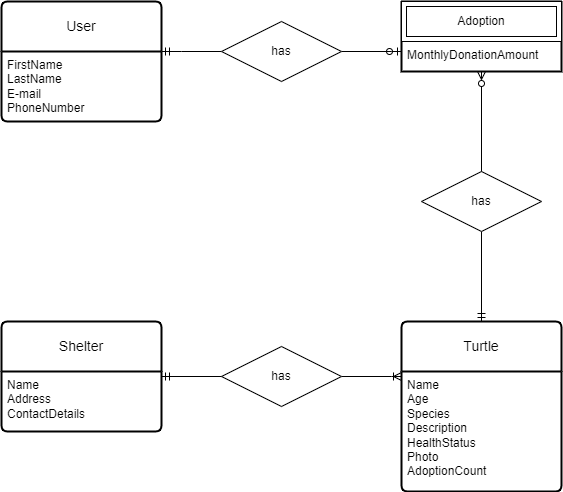
Above: apps/my-app/src/assets/erd.png in StanTeurlings/avans-nx-workshop (draw.io), before the change. Source tidied: cells renumbered, new cells last; positions are measured from the earlier drawing's top-left corner, leaving out a move shared by most shapes.
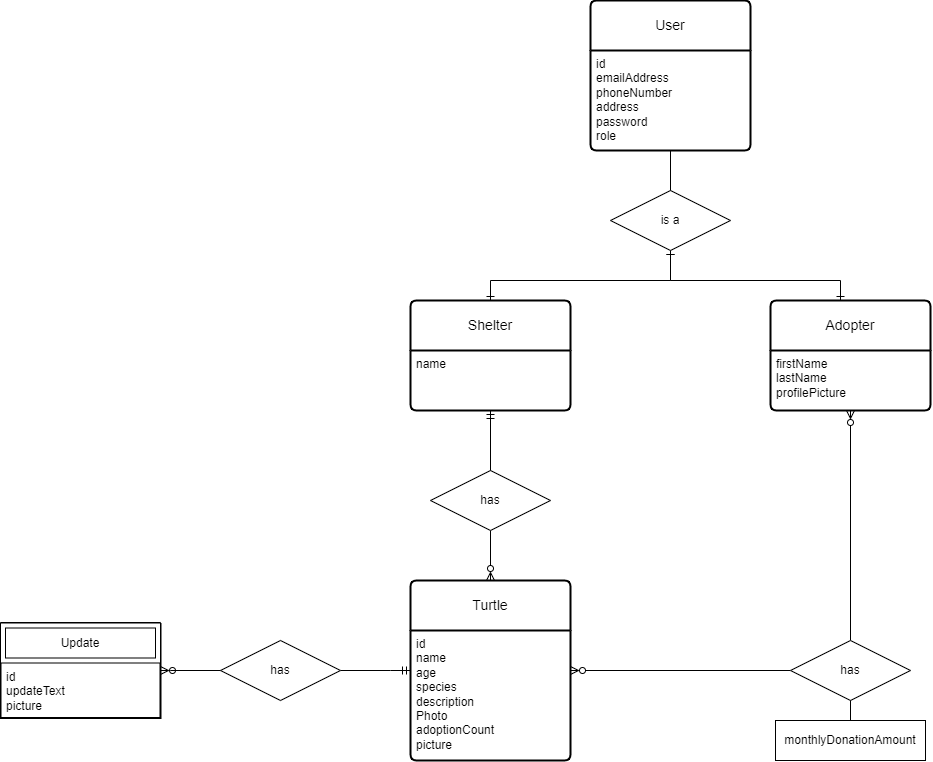
The same diagram one commit later.

Diff of the diagram source:
```diff
@@ -2,74 +2,103 @@
   <root>
     <mxCell id="0" />
     <mxCell id="1" parent="0" />
-    <mxCell id="2" style="edgeStyle=orthogonalEdgeStyle;rounded=0;jettySize=auto;html=1;endArrow=none;endFill=0;startArrow=ERmandOne;startFill=0;" parent="1" edge="1" source="3" target="14">
-      <mxGeometry relative="1" as="geometry">
-        <Array as="points">
-          <mxPoint x="180" y="50" />
-          <mxPoint x="180" y="50" />
-        </Array>
-      </mxGeometry>
-    </mxCell>
     <mxCell id="3" value="User" style="swimlane;horizontal=1;startSize=50;rounded=1;fontSize=14;fontStyle=0;strokeWidth=2;shadow=0;dashed=0;align=center;arcSize=4;whiteSpace=wrap;html=1;" parent="1" vertex="1">
-      <mxGeometry width="160" height="120" as="geometry" />
+      <mxGeometry x="140" y="-40" width="160" height="150" as="geometry" />
     </mxCell>
-    <mxCell id="4" value="&lt;div&gt;&lt;span style=&quot;background-color: initial;&quot;&gt;FirstName&lt;/span&gt;&lt;br&gt;&lt;/div&gt;&lt;div&gt;LastName&lt;/div&gt;&lt;div&gt;E-mail&lt;/div&gt;&lt;div&gt;PhoneNumber&lt;/div&gt;" style="align=left;strokeColor=none;fillColor=none;spacingLeft=4;fontSize=12;verticalAlign=top;html=1;" parent="3" vertex="1">
-      <mxGeometry y="50" width="160" height="70" as="geometry" />
+    <mxCell id="4" value="&lt;div&gt;&lt;span style=&quot;background-color: initial;&quot;&gt;id&lt;/span&gt;&lt;/div&gt;&lt;div&gt;&lt;span style=&quot;background-color: initial;&quot;&gt;emailAddress&lt;/span&gt;&lt;br&gt;&lt;/div&gt;&lt;div&gt;phoneNumber&lt;/div&gt;&lt;div&gt;address&lt;/div&gt;&lt;div&gt;password&lt;br&gt;role&lt;/div&gt;" style="align=left;strokeColor=none;fillColor=none;spacingLeft=4;fontSize=12;verticalAlign=top;html=1;" parent="3" vertex="1">
+      <mxGeometry y="50" width="160" height="100" as="geometry" />
     </mxCell>
-    <mxCell id="5" style="edgeStyle=orthogonalEdgeStyle;rounded=0;jettySize=auto;html=1;endArrow=none;endFill=0;startArrow=ERoneToMany;startFill=0;" parent="1" edge="1" source="6" target="18">
-      <mxGeometry relative="1" as="geometry">
-        <Array as="points">
-          <mxPoint x="390" y="375" />
-          <mxPoint x="390" y="375" />
-        </Array>
-      </mxGeometry>
-    </mxCell>
+    <mxCell id="20" style="edgeStyle=orthogonalEdgeStyle;rounded=0;jettySize=auto;html=1;endArrow=none;endFill=0;startArrow=ERzeroToMany;startFill=0;" parent="1" edge="1" source="6" target="14">
+      <mxGeometry relative="1" as="geometry" />
+    </mxCell>
     <mxCell id="6" value="Turtle" style="swimlane;horizontal=1;startSize=50;rounded=1;fontSize=14;fontStyle=0;strokeWidth=2;shadow=0;dashed=0;align=center;arcSize=4;whiteSpace=wrap;html=1;" parent="1" vertex="1">
-      <mxGeometry x="400" y="320" width="160" height="170" as="geometry" />
+      <mxGeometry x="-40" y="540" width="160" height="180" as="geometry" />
     </mxCell>
-    <mxCell id="7" value="Name&lt;div&gt;Age&lt;/div&gt;&lt;div&gt;Species&lt;/div&gt;&lt;div&gt;Description&lt;/div&gt;&lt;div&gt;HealthStatus&lt;/div&gt;&lt;div&gt;Photo&lt;/div&gt;&lt;div&gt;AdoptionCount&lt;/div&gt;" style="align=left;strokeColor=none;fillColor=none;spacingLeft=4;fontSize=12;verticalAlign=top;html=1;" parent="6" vertex="1">
-      <mxGeometry y="50" width="160" height="120" as="geometry" />
+    <mxCell id="7" value="&lt;div&gt;id&lt;/div&gt;name&lt;div&gt;age&lt;/div&gt;&lt;div&gt;species&lt;/div&gt;&lt;div&gt;description&lt;/div&gt;&lt;div&gt;&lt;span style=&quot;background-color: initial;&quot;&gt;Photo&lt;/span&gt;&lt;br&gt;&lt;/div&gt;&lt;div&gt;adoptionCount&lt;/div&gt;&lt;div&gt;picture&lt;/div&gt;" style="align=left;strokeColor=none;fillColor=none;spacingLeft=4;fontSize=12;verticalAlign=top;html=1;" parent="6" vertex="1">
+      <mxGeometry y="50" width="160" height="130" as="geometry" />
     </mxCell>
-    <mxCell id="8" style="swimlane;horizontal=1;startSize=0;rounded=1;fontSize=14;fontStyle=0;strokeWidth=2;shadow=0;dashed=0;align=center;arcSize=4;whiteSpace=wrap;html=1;" parent="1" vertex="1">
-      <mxGeometry x="400" width="160" height="70" as="geometry" />
-    </mxCell>
-    <mxCell id="9" value="Adoption" style="shape=ext;margin=3;double=1;whiteSpace=wrap;html=1;align=center;" parent="8" vertex="1">
-      <mxGeometry width="160" height="40" as="geometry" />
-    </mxCell>
-    <mxCell id="10" value="MonthlyDonationAmount" style="align=left;strokeColor=none;fillColor=none;spacingLeft=4;fontSize=12;verticalAlign=top;html=1;" parent="8" vertex="1">
-      <mxGeometry y="40" width="160" height="30" as="geometry" />
-    </mxCell>
     <mxCell id="11" value="Shelter" style="swimlane;horizontal=1;startSize=50;rounded=1;fontSize=14;fontStyle=0;strokeWidth=2;shadow=0;dashed=0;align=center;arcSize=4;whiteSpace=wrap;html=1;" parent="1" vertex="1">
-      <mxGeometry y="320" width="160" height="110" as="geometry" />
+      <mxGeometry x="-40" y="260" width="160" height="110" as="geometry" />
     </mxCell>
-    <mxCell id="12" value="Name&lt;div&gt;Address&lt;/div&gt;&lt;div&gt;ContactDetails&lt;/div&gt;" style="align=left;strokeColor=none;fillColor=none;spacingLeft=4;fontSize=12;verticalAlign=top;html=1;" parent="11" vertex="1">
+    <mxCell id="12" value="name" style="align=left;strokeColor=none;fillColor=none;spacingLeft=4;fontSize=12;verticalAlign=top;html=1;" parent="11" vertex="1">
       <mxGeometry y="50" width="160" height="60" as="geometry" />
     </mxCell>
-    <mxCell id="13" style="edgeStyle=orthogonalEdgeStyle;rounded=0;jettySize=auto;html=1;endArrow=ERzeroToOne;endFill=0;" parent="1" edge="1" source="14" target="10">
-      <mxGeometry relative="1" as="geometry">
-        <Array as="points">
-          <mxPoint x="390" y="50" />
-          <mxPoint x="390" y="50" />
-        </Array>
-      </mxGeometry>
-    </mxCell>
+    <mxCell id="21" style="edgeStyle=orthogonalEdgeStyle;rounded=0;jettySize=auto;html=1;endArrow=ERzeroToMany;endFill=0;" parent="1" edge="1" source="14" target="24">
+      <mxGeometry relative="1" as="geometry" />
+    </mxCell>
+    <mxCell id="22" style="edgeStyle=orthogonalEdgeStyle;rounded=0;jettySize=auto;html=1;endArrow=none;endFill=0;" parent="1" edge="1" source="14" target="35">
+      <mxGeometry relative="1" as="geometry" />
+    </mxCell>
     <mxCell id="14" value="has" style="shape=rhombus;perimeter=rhombusPerimeter;whiteSpace=wrap;html=1;align=center;" parent="1" vertex="1">
-      <mxGeometry x="220" y="20" width="120" height="60" as="geometry" />
+      <mxGeometry x="340" y="600" width="120" height="60" as="geometry" />
     </mxCell>
-    <mxCell id="15" style="edgeStyle=orthogonalEdgeStyle;rounded=0;jettySize=auto;html=1;endArrow=ERmandOne;endFill=0;" parent="1" edge="1" source="16" target="6">
+    <mxCell id="15" style="edgeStyle=orthogonalEdgeStyle;rounded=0;jettySize=auto;html=1;endArrow=ERzeroToMany;endFill=0;" parent="1" edge="1" source="16" target="6">
       <mxGeometry relative="1" as="geometry" />
     </mxCell>
+    <mxCell id="23" style="edgeStyle=orthogonalEdgeStyle;rounded=0;jettySize=auto;html=1;endArrow=ERmandOne;endFill=0;" parent="1" edge="1" source="16" target="11">
+      <mxGeometry relative="1" as="geometry" />
+    </mxCell>
     <mxCell id="16" value="has" style="shape=rhombus;perimeter=rhombusPerimeter;whiteSpace=wrap;html=1;align=center;" parent="1" vertex="1">
-      <mxGeometry x="420" y="170" width="120" height="60" as="geometry" />
+      <mxGeometry x="-20" y="430" width="120" height="60" as="geometry" />
     </mxCell>
-    <mxCell id="17" style="edgeStyle=orthogonalEdgeStyle;rounded=0;jettySize=auto;html=1;endArrow=ERmandOne;endFill=0;" parent="1" edge="1" source="18" target="11">
-      <mxGeometry relative="1" as="geometry" />
-    </mxCell>
+    <mxCell id="24" value="Adopter" style="swimlane;horizontal=1;startSize=50;rounded=1;fontSize=14;fontStyle=0;strokeWidth=2;shadow=0;dashed=0;align=center;arcSize=4;whiteSpace=wrap;html=1;" parent="1" vertex="1">
+      <mxGeometry x="320" y="260" width="160" height="110" as="geometry" />
+    </mxCell>
+    <mxCell id="25" value="&lt;div&gt;firstName&lt;/div&gt;&lt;div&gt;lastName&lt;/div&gt;&lt;div&gt;profilePicture&lt;/div&gt;&lt;div&gt;&lt;br&gt;&lt;/div&gt;" style="align=left;strokeColor=none;fillColor=none;spacingLeft=4;fontSize=12;verticalAlign=top;html=1;" parent="24" vertex="1">
+      <mxGeometry y="50" width="160" height="60" as="geometry" />
+    </mxCell>
+    <mxCell id="26" style="edgeStyle=orthogonalEdgeStyle;rounded=0;jettySize=auto;html=1;endArrow=ERone;endFill=0;startArrow=ERone;startFill=0;" parent="1" edge="1" source="28" target="11">
+      <mxGeometry relative="1" as="geometry">
+        <Array as="points">
+          <mxPoint x="220" y="240" />
+          <mxPoint x="40" y="240" />
+        </Array>
+      </mxGeometry>
+    </mxCell>
+    <mxCell id="27" style="edgeStyle=orthogonalEdgeStyle;rounded=0;jettySize=auto;html=1;endArrow=ERone;endFill=0;startArrow=ERone;startFill=0;" parent="1" edge="1" source="28" target="24">
+      <mxGeometry relative="1" as="geometry">
+        <Array as="points">
+          <mxPoint x="220" y="240" />
+          <mxPoint x="390" y="240" />
+        </Array>
+      </mxGeometry>
+    </mxCell>
+    <mxCell id="28" value="is a" style="shape=rhombus;perimeter=rhombusPerimeter;whiteSpace=wrap;html=1;align=center;" parent="1" vertex="1">
+      <mxGeometry x="160" y="150" width="120" height="60" as="geometry" />
+    </mxCell>
+    <mxCell id="29" style="edgeStyle=orthogonalEdgeStyle;rounded=0;jettySize=auto;html=1;endArrow=none;endFill=0;" parent="1" edge="1" source="4" target="28">
+      <mxGeometry relative="1" as="geometry" />
+    </mxCell>
+    <mxCell id="30" style="swimlane;horizontal=1;startSize=0;rounded=1;fontSize=14;fontStyle=0;strokeWidth=2;shadow=0;dashed=0;align=center;arcSize=4;whiteSpace=wrap;html=1;" parent="1" vertex="1">
+      <mxGeometry x="-450" y="582.5" width="160" height="95" as="geometry" />
+    </mxCell>
+    <mxCell id="31" value="Update" style="shape=ext;margin=3;double=1;whiteSpace=wrap;html=1;align=center;" parent="30" vertex="1">
+      <mxGeometry width="160" height="40" as="geometry" />
+    </mxCell>
+    <mxCell id="32" value="id&lt;div&gt;updateText&lt;br&gt;picture&lt;/div&gt;" style="align=left;strokeColor=none;fillColor=none;spacingLeft=4;fontSize=12;verticalAlign=top;html=1;" parent="30" vertex="1">
+      <mxGeometry y="40" width="160" height="55" as="geometry" />
+    </mxCell>
+    <mxCell id="33" style="edgeStyle=orthogonalEdgeStyle;rounded=0;jettySize=auto;html=1;endArrow=ERmandOne;endFill=0;" parent="1" edge="1" source="18" target="6">
+      <mxGeometry relative="1" as="geometry">
+        <Array as="points">
+          <mxPoint x="-60" y="630" />
+          <mxPoint x="-60" y="630" />
+        </Array>
+      </mxGeometry>
+    </mxCell>
     <mxCell id="18" value="has" style="shape=rhombus;perimeter=rhombusPerimeter;whiteSpace=wrap;html=1;align=center;" parent="1" vertex="1">
-      <mxGeometry x="220" y="345" width="120" height="60" as="geometry" />
+      <mxGeometry x="-230" y="600" width="120" height="60" as="geometry" />
     </mxCell>
-    <mxCell id="19" style="edgeStyle=orthogonalEdgeStyle;rounded=0;jettySize=auto;html=1;endArrow=none;endFill=0;startArrow=ERzeroToMany;startFill=0;" parent="1" edge="1" source="10" target="16">
-      <mxGeometry relative="1" as="geometry" />
-    </mxCell>
+    <mxCell id="34" style="edgeStyle=orthogonalEdgeStyle;rounded=0;jettySize=auto;html=1;endArrow=none;endFill=0;startArrow=ERzeroToMany;startFill=0;" parent="1" edge="1" source="32" target="18">
+      <mxGeometry relative="1" as="geometry">
+        <Array as="points">
+          <mxPoint x="-280" y="630" />
+          <mxPoint x="-280" y="630" />
+        </Array>
+      </mxGeometry>
+    </mxCell>
+    <mxCell id="35" value="monthlyDonationAmount" style="whiteSpace=wrap;html=1;align=center;" parent="1" vertex="1">
+      <mxGeometry x="325" y="680" width="150" height="40" as="geometry" />
+    </mxCell>
   </root>
 </mxGraphModel>
```
